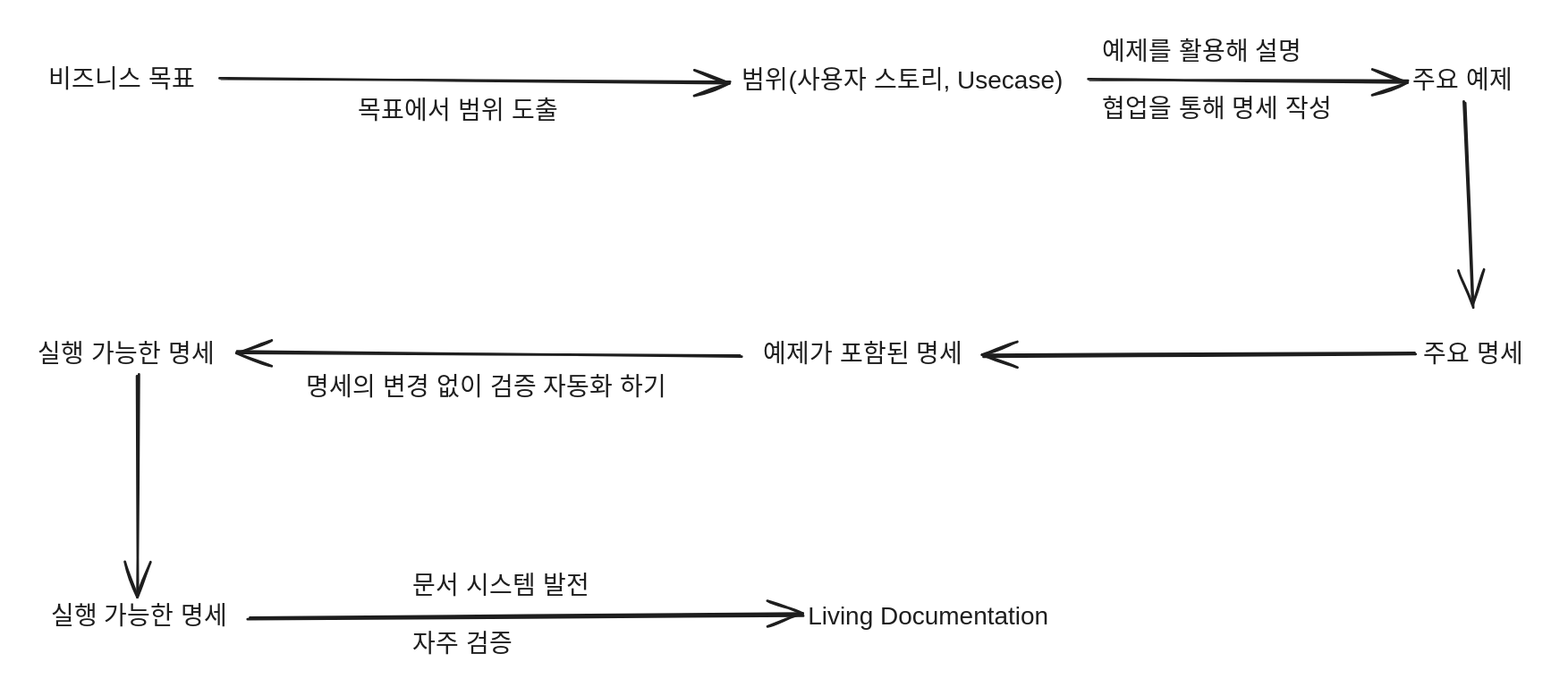
Before: .gitbook/assets/file.excalidraw (4).svg, a diagram exported from Excalidraw (Team-Shift-4/Jungin_TIL). Source tidied: one line per element, renumbered; positions are measured from the earlier drawing's top-left corner, leaving out a move shared by most shapes.
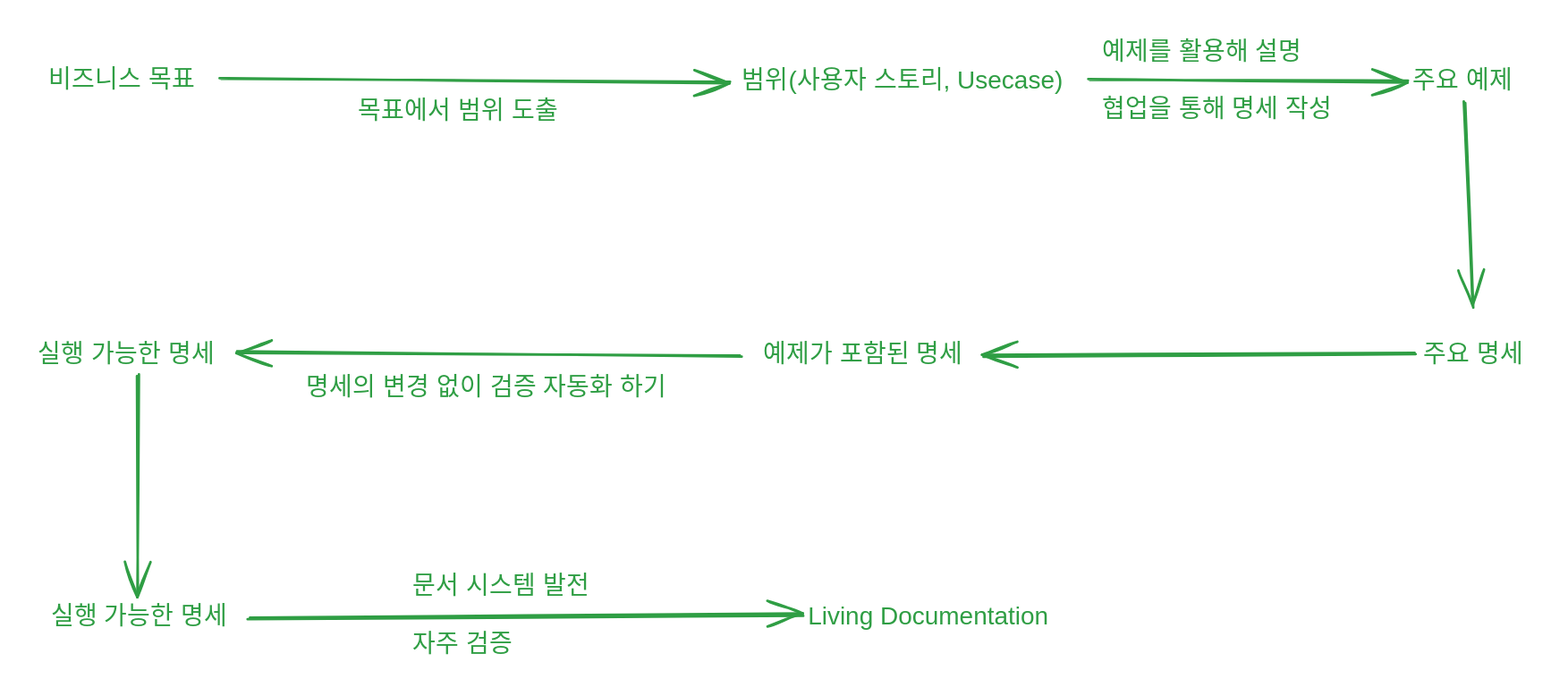
After the commit.

Diff of the diagram source:
```diff
@@ -1,19 +1,19 @@
-{"id": 0, "type": "arrow", "strokeColor": "#1e1e1e", "strokeWidth": 2, "roughness": 1, "endArrowhead": "arrow", "round": true, "from": 1, "to": 3, "x": 146, "y": 32, "width": 406, "height": 4, "points": [[0, 0], [406, 4]]}
+{"id": 0, "type": "arrow", "strokeColor": "#2f9e44", "strokeWidth": 2, "roughness": 1, "endArrowhead": "arrow", "round": true, "from": 1, "to": 3, "x": 146, "y": 32, "width": 406, "height": 4, "points": [[0, 0], [406, 4]]}
-{"id": 1, "type": "text", "text": "비즈니스 목표", "strokeColor": "#1e1e1e", "strokeWidth": 2, "roughness": 1, "fontSize": 20, "fontFamily": 1, "x": 9, "y": 22, "width": 130, "height": 25}
+{"id": 1, "type": "text", "text": "비즈니스 목표", "strokeColor": "#2f9e44", "strokeWidth": 2, "roughness": 1, "fontSize": 20, "fontFamily": 1, "x": 9, "y": 22, "width": 130, "height": 25}
-{"id": 2, "type": "text", "text": "목표에서 범위 도출", "strokeColor": "#1e1e1e", "strokeWidth": 2, "roughness": 1, "fontSize": 20, "fontFamily": 1, "x": 256, "y": 47, "width": 180, "height": 25}
+{"id": 2, "type": "text", "text": "목표에서 범위 도출", "strokeColor": "#2f9e44", "strokeWidth": 2, "roughness": 1, "fontSize": 20, "fontFamily": 1, "x": 256, "y": 47, "width": 180, "height": 25}
-{"id": 3, "type": "text", "text": "범위(사용자 스토리, Usecase)", "strokeColor": "#1e1e1e", "strokeWidth": 2, "roughness": 1, "fontSize": 20, "fontFamily": 2, "x": 563, "y": 23, "width": 268, "height": 23}
+{"id": 3, "type": "text", "text": "범위(사용자 스토리, Usecase)", "strokeColor": "#2f9e44", "strokeWidth": 2, "roughness": 1, "fontSize": 20, "fontFamily": 2, "x": 563, "y": 23, "width": 268, "height": 23}
-{"id": 4, "type": "arrow", "strokeColor": "#1e1e1e", "strokeWidth": 2, "roughness": 1, "endArrowhead": "arrow", "round": true, "from": 3, "to": 6, "x": 840, "y": 33, "width": 254, "height": 1, "points": [[0, 0], [254, 1]]}
+{"id": 4, "type": "arrow", "strokeColor": "#2f9e44", "strokeWidth": 2, "roughness": 1, "endArrowhead": "arrow", "round": true, "from": 3, "to": 6, "x": 840, "y": 33, "width": 254, "height": 1, "points": [[0, 0], [254, 1]]}
-{"id": 5, "type": "text", "text": "예제를 활용해 설명\n\n협업을 통해 명세 작성", "strokeColor": "#1e1e1e", "strokeWidth": 2, "roughness": 1, "fontSize": 20, "fontFamily": 2, "x": 850, "y": 0, "width": 197, "height": 69}
+{"id": 5, "type": "text", "text": "예제를 활용해 설명\n\n협업을 통해 명세 작성", "strokeColor": "#2f9e44", "strokeWidth": 2, "roughness": 1, "fontSize": 20, "fontFamily": 2, "x": 850, "y": 0, "width": 197, "height": 69}
-{"id": 6, "type": "text", "text": "주요 예제", "strokeColor": "#1e1e1e", "strokeWidth": 2, "roughness": 1, "fontSize": 20, "fontFamily": 2, "x": 1098, "y": 23, "width": 86, "height": 23}
+{"id": 6, "type": "text", "text": "주요 예제", "strokeColor": "#2f9e44", "strokeWidth": 2, "roughness": 1, "fontSize": 20, "fontFamily": 2, "x": 1098, "y": 23, "width": 86, "height": 23}
-{"id": 7, "type": "arrow", "strokeColor": "#1e1e1e", "strokeWidth": 2, "roughness": 1, "endArrowhead": "arrow", "round": true, "from": 6, "to": 15, "x": 1140, "y": 53, "width": 6, "height": 163, "points": [[0, 0], [6, 163]]}
+{"id": 7, "type": "arrow", "strokeColor": "#2f9e44", "strokeWidth": 2, "roughness": 1, "endArrowhead": "arrow", "round": true, "from": 6, "to": 15, "x": 1140, "y": 53, "width": 6, "height": 163, "points": [[0, 0], [6, 163]]}
-{"id": 8, "type": "text", "text": "실행 가능한 명세", "strokeColor": "#1e1e1e", "strokeWidth": 2, "roughness": 1, "fontSize": 20, "fontFamily": 2, "x": 10, "y": 451, "width": 151, "height": 23}
+{"id": 8, "type": "text", "text": "실행 가능한 명세", "strokeColor": "#2f9e44", "strokeWidth": 2, "roughness": 1, "fontSize": 20, "fontFamily": 2, "x": 10, "y": 451, "width": 151, "height": 23}
-{"id": 9, "type": "text", "text": "예제가 포함된 명세", "strokeColor": "#1e1e1e", "strokeWidth": 2, "roughness": 1, "fontSize": 20, "fontFamily": 2, "x": 579, "y": 241, "width": 171, "height": 23}
+{"id": 9, "type": "text", "text": "예제가 포함된 명세", "strokeColor": "#2f9e44", "strokeWidth": 2, "roughness": 1, "fontSize": 20, "fontFamily": 2, "x": 579, "y": 241, "width": 171, "height": 23}
-{"id": 10, "type": "arrow", "strokeColor": "#1e1e1e", "strokeWidth": 2, "roughness": 1, "endArrowhead": "arrow", "round": true, "to": 12, "x": 562, "y": 255, "width": 404, "height": 4, "points": [[0, 0], [-404, -4]]}
+{"id": 10, "type": "arrow", "strokeColor": "#2f9e44", "strokeWidth": 2, "roughness": 1, "endArrowhead": "arrow", "round": true, "to": 12, "x": 562, "y": 255, "width": 404, "height": 4, "points": [[0, 0], [-404, -4]]}
-{"id": 11, "type": "text", "text": "명세의 변경 없이 검증 자동화 하기", "strokeColor": "#1e1e1e", "strokeWidth": 2, "roughness": 1, "fontSize": 20, "fontFamily": 2, "x": 214, "y": 268, "width": 308, "height": 23}
+{"id": 11, "type": "text", "text": "명세의 변경 없이 검증 자동화 하기", "strokeColor": "#2f9e44", "strokeWidth": 2, "roughness": 1, "fontSize": 20, "fontFamily": 2, "x": 214, "y": 268, "width": 308, "height": 23}
-{"id": 12, "type": "text", "text": "실행 가능한 명세", "strokeColor": "#1e1e1e", "strokeWidth": 2, "roughness": 1, "fontSize": 20, "fontFamily": 2, "x": 0, "y": 241, "width": 151, "height": 23}
+{"id": 12, "type": "text", "text": "실행 가능한 명세", "strokeColor": "#2f9e44", "strokeWidth": 2, "roughness": 1, "fontSize": 20, "fontFamily": 2, "x": 0, "y": 241, "width": 151, "height": 23}
-{"id": 13, "type": "text", "text": "문서 시스템 발전\n\n자주 검증", "strokeColor": "#1e1e1e", "strokeWidth": 2, "roughness": 1, "fontSize": 20, "fontFamily": 2, "x": 299, "y": 427, "width": 151, "height": 69}
+{"id": 13, "type": "text", "text": "문서 시스템 발전\n\n자주 검증", "strokeColor": "#2f9e44", "strokeWidth": 2, "roughness": 1, "fontSize": 20, "fontFamily": 2, "x": 299, "y": 427, "width": 151, "height": 69}
-{"id": 14, "type": "text", "text": "Living Documentation", "strokeColor": "#1e1e1e", "strokeWidth": 2, "roughness": 1, "fontSize": 20, "fontFamily": 2, "x": 615, "y": 451, "width": 192, "height": 23}
+{"id": 14, "type": "text", "text": "Living Documentation", "strokeColor": "#2f9e44", "strokeWidth": 2, "roughness": 1, "fontSize": 20, "fontFamily": 2, "x": 615, "y": 451, "width": 192, "height": 23}
-{"id": 15, "type": "text", "text": "주요 명세", "strokeColor": "#1e1e1e", "strokeWidth": 2, "roughness": 1, "fontSize": 20, "fontFamily": 2, "x": 1107, "y": 241, "width": 86, "height": 23}
+{"id": 15, "type": "text", "text": "주요 명세", "strokeColor": "#2f9e44", "strokeWidth": 2, "roughness": 1, "fontSize": 20, "fontFamily": 2, "x": 1107, "y": 241, "width": 86, "height": 23}
-{"id": 16, "type": "arrow", "strokeColor": "#1e1e1e", "strokeWidth": 2, "roughness": 1, "endArrowhead": "arrow", "round": true, "from": 15, "to": 9, "x": 1100, "y": 253, "width": 344, "height": 1, "points": [[0, 0], [-344, 1]]}
+{"id": 16, "type": "arrow", "strokeColor": "#2f9e44", "strokeWidth": 2, "roughness": 1, "endArrowhead": "arrow", "round": true, "from": 15, "to": 9, "x": 1100, "y": 253, "width": 344, "height": 1, "points": [[0, 0], [-344, 1]]}
-{"id": 17, "type": "arrow", "strokeColor": "#1e1e1e", "strokeWidth": 2, "roughness": 1, "endArrowhead": "arrow", "round": true, "from": 12, "to": 8, "x": 80, "y": 271, "width": 2, "height": 176, "points": [[0, 0], [-2, 176]]}
+{"id": 17, "type": "arrow", "strokeColor": "#2f9e44", "strokeWidth": 2, "roughness": 1, "endArrowhead": "arrow", "round": true, "from": 12, "to": 8, "x": 80, "y": 271, "width": 2, "height": 176, "points": [[0, 0], [-2, 176]]}
-{"id": 18, "type": "arrow", "strokeColor": "#1e1e1e", "strokeWidth": 2, "roughness": 1, "endArrowhead": "arrow", "round": true, "from": 8, "to": 14, "x": 168, "y": 465, "width": 442, "height": 4, "points": [[0, 0], [442, -4]]}
+{"id": 18, "type": "arrow", "strokeColor": "#2f9e44", "strokeWidth": 2, "roughness": 1, "endArrowhead": "arrow", "round": true, "from": 8, "to": 14, "x": 168, "y": 465, "width": 442, "height": 4, "points": [[0, 0], [442, -4]]}
```
